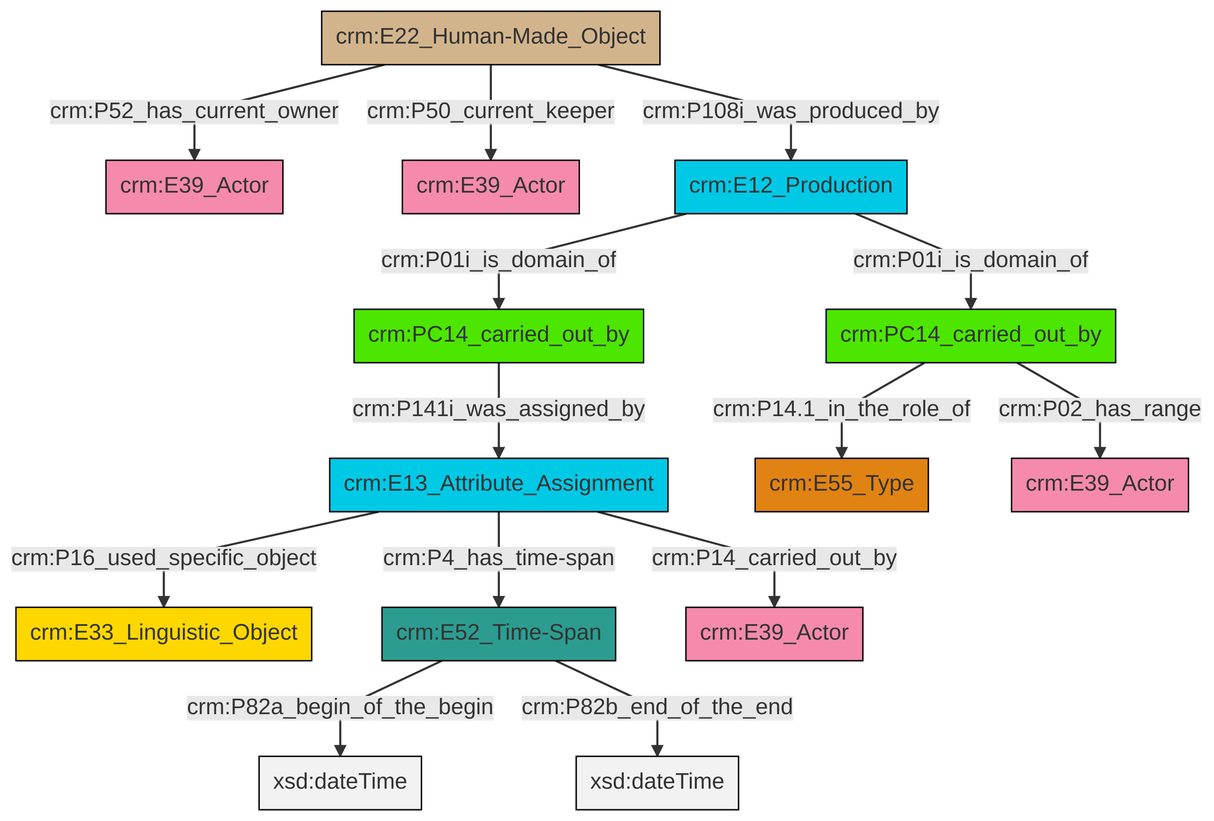
Earlier version of the Mermaid export et/carrierCSV/ttl/mmd/png/carrier_relations.png (swiss-art-research-net/docs.swissartresearch). Its source is kept beside it as et/carrierCSV/ttl/mmd/carrier_relations.ttl.mmd.
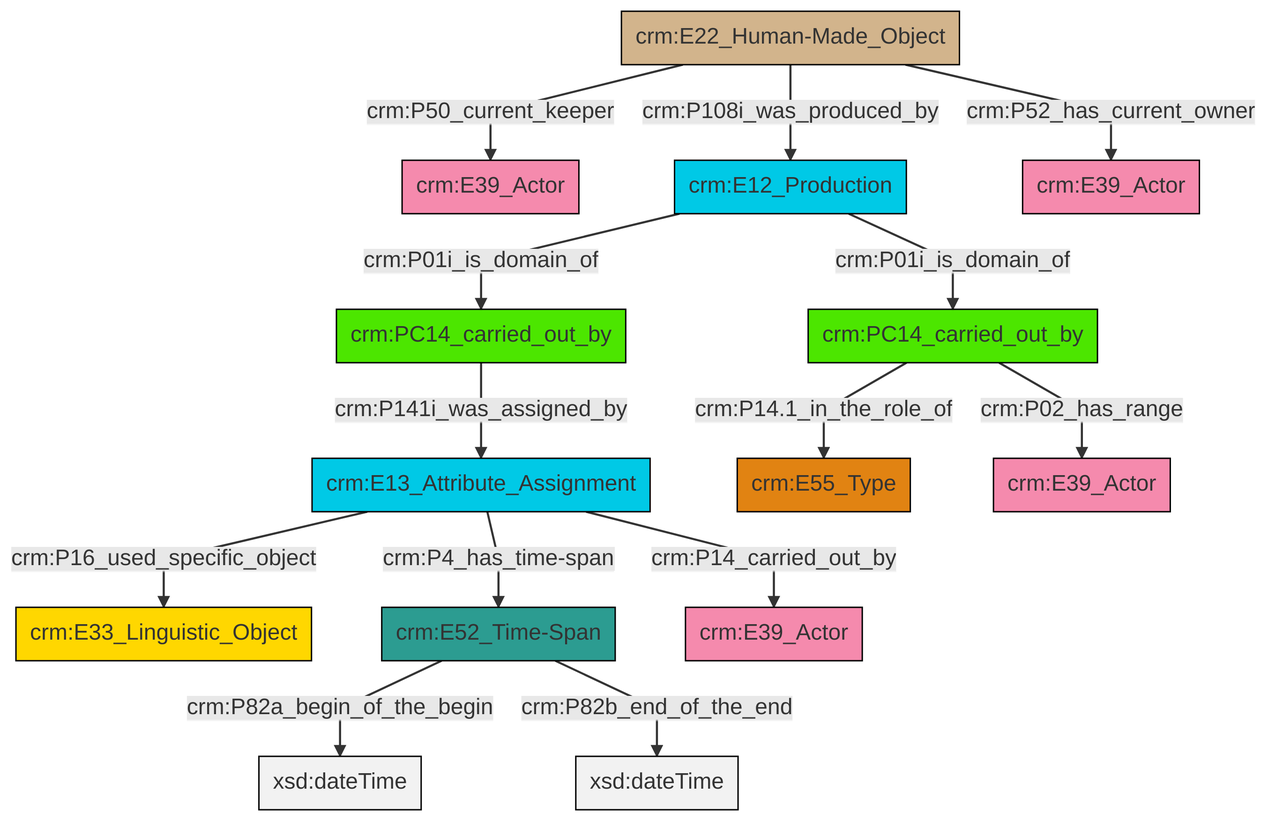
The same diagram one commit later.

Change to the diagram source:
```diff
@@ -13,16 +13,16 @@
 classDef PC_Classes fill:#4ce600, stroke:#000000;
 classDef Multi fill:#cccccc,stroke:#000000;
 
-0["crm:E22_Human-Made_Object"]:::Physical_Thing -->|crm:P52_has_current_owner| 1["crm:E39_Actor"]:::Actor
-4["crm:PC14_carried_out_by"]:::PC_Classes -->|crm:P141i_was_assigned_by| 6["crm:E13_Attribute_Assignment"]:::Temporal_Entity
-7["crm:PC14_carried_out_by"]:::PC_Classes -->|crm:P02_has_range| 12["crm:E39_Actor"]:::Actor
-6["crm:E13_Attribute_Assignment"]:::Temporal_Entity -->|crm:P16_used_specific_object| 13["crm:E33_Linguistic_Object"]:::Conceptual_Object
-0["crm:E22_Human-Made_Object"]:::Physical_Thing -->|crm:P50_current_keeper| 2["crm:E39_Actor"]:::Actor
-15["crm:E12_Production"]:::Temporal_Entity -->|crm:P01i_is_domain_of| 7["crm:PC14_carried_out_by"]:::PC_Classes
-16["crm:E52_Time-Span"]:::Time-Span -->|crm:P82a_begin_of_the_begin| 17[xsd:dateTime]:::Literal
-16["crm:E52_Time-Span"]:::Time-Span -->|crm:P82b_end_of_the_end| 19[xsd:dateTime]:::Literal
-0["crm:E22_Human-Made_Object"]:::Physical_Thing -->|crm:P108i_was_produced_by| 15["crm:E12_Production"]:::Temporal_Entity
-6["crm:E13_Attribute_Assignment"]:::Temporal_Entity -->|crm:P4_has_time-span| 16["crm:E52_Time-Span"]:::Time-Span
-15["crm:E12_Production"]:::Temporal_Entity -->|crm:P01i_is_domain_of| 4["crm:PC14_carried_out_by"]:::PC_Classes
-6["crm:E13_Attribute_Assignment"]:::Temporal_Entity -->|crm:P14_carried_out_by| 24["crm:E39_Actor"]:::Actor
-7["crm:PC14_carried_out_by"]:::PC_Classes -->|crm:P14.1_in_the_role_of| 10["crm:E55_Type"]:::Type
+0["crm:E13_Attribute_Assignment"]:::Temporal_Entity -->|crm:P16_used_specific_object| 1["crm:E33_Linguistic_Object"]:::Conceptual_Object
+0["crm:E13_Attribute_Assignment"]:::Temporal_Entity -->|crm:P4_has_time-span| 4["crm:E52_Time-Span"]:::Time-Span
+7["crm:E12_Production"]:::Temporal_Entity -->|crm:P01i_is_domain_of| 8["crm:PC14_carried_out_by"]:::PC_Classes
+4["crm:E52_Time-Span"]:::Time-Span -->|crm:P82a_begin_of_the_begin| 9[xsd:dateTime]:::Literal
+0["crm:E13_Attribute_Assignment"]:::Temporal_Entity -->|crm:P14_carried_out_by| 10["crm:E39_Actor"]:::Actor
+8["crm:PC14_carried_out_by"]:::PC_Classes -->|crm:P14.1_in_the_role_of| 12["crm:E55_Type"]:::Type
+8["crm:PC14_carried_out_by"]:::PC_Classes -->|crm:P02_has_range| 14["crm:E39_Actor"]:::Actor
+20["crm:E22_Human-Made_Object"]:::Physical_Thing -->|crm:P52_has_current_owner| 17["crm:E39_Actor"]:::Actor
+2["crm:PC14_carried_out_by"]:::PC_Classes -->|crm:P141i_was_assigned_by| 0["crm:E13_Attribute_Assignment"]:::Temporal_Entity
+4["crm:E52_Time-Span"]:::Time-Span -->|crm:P82b_end_of_the_end| 21[xsd:dateTime]:::Literal
+7["crm:E12_Production"]:::Temporal_Entity -->|crm:P01i_is_domain_of| 2["crm:PC14_carried_out_by"]:::PC_Classes
+20["crm:E22_Human-Made_Object"]:::Physical_Thing -->|crm:P108i_was_produced_by| 7["crm:E12_Production"]:::Temporal_Entity
+20["crm:E22_Human-Made_Object"]:::Physical_Thing -->|crm:P50_current_keeper| 5["crm:E39_Actor"]:::Actor
```
